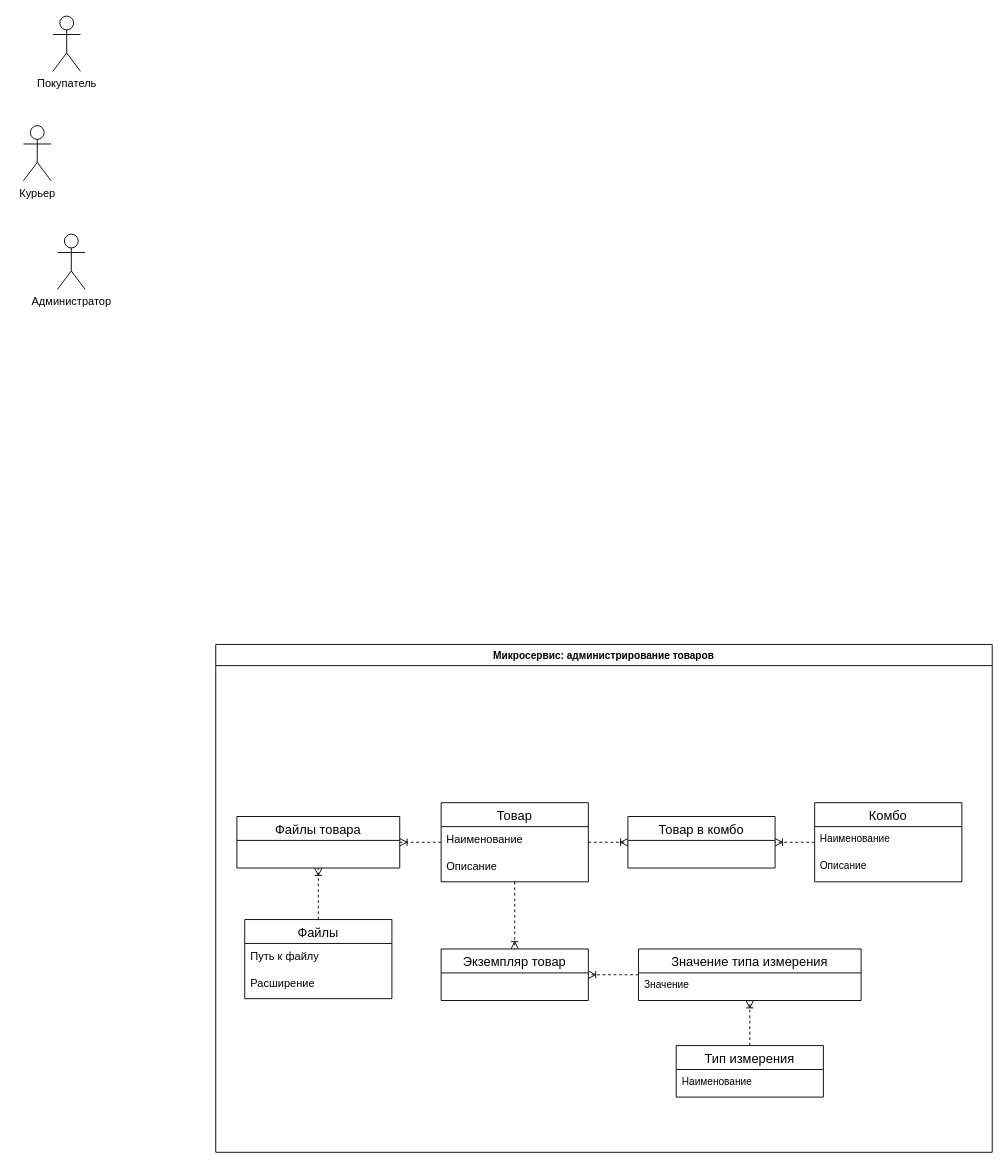
Earlier version of the draw.io diagram Информационно-логическая диаграмма базы данных.drawio (VladZainullin/LiquorStore). Source tidied: cells renumbered, new cells numbered last; positions are measured from the earlier drawing's top-left corner, leaving out a move shared by most shapes. Both pictures are drawn from the tidied source at 92%, with x=0, y=0 at pixel (23, 16).
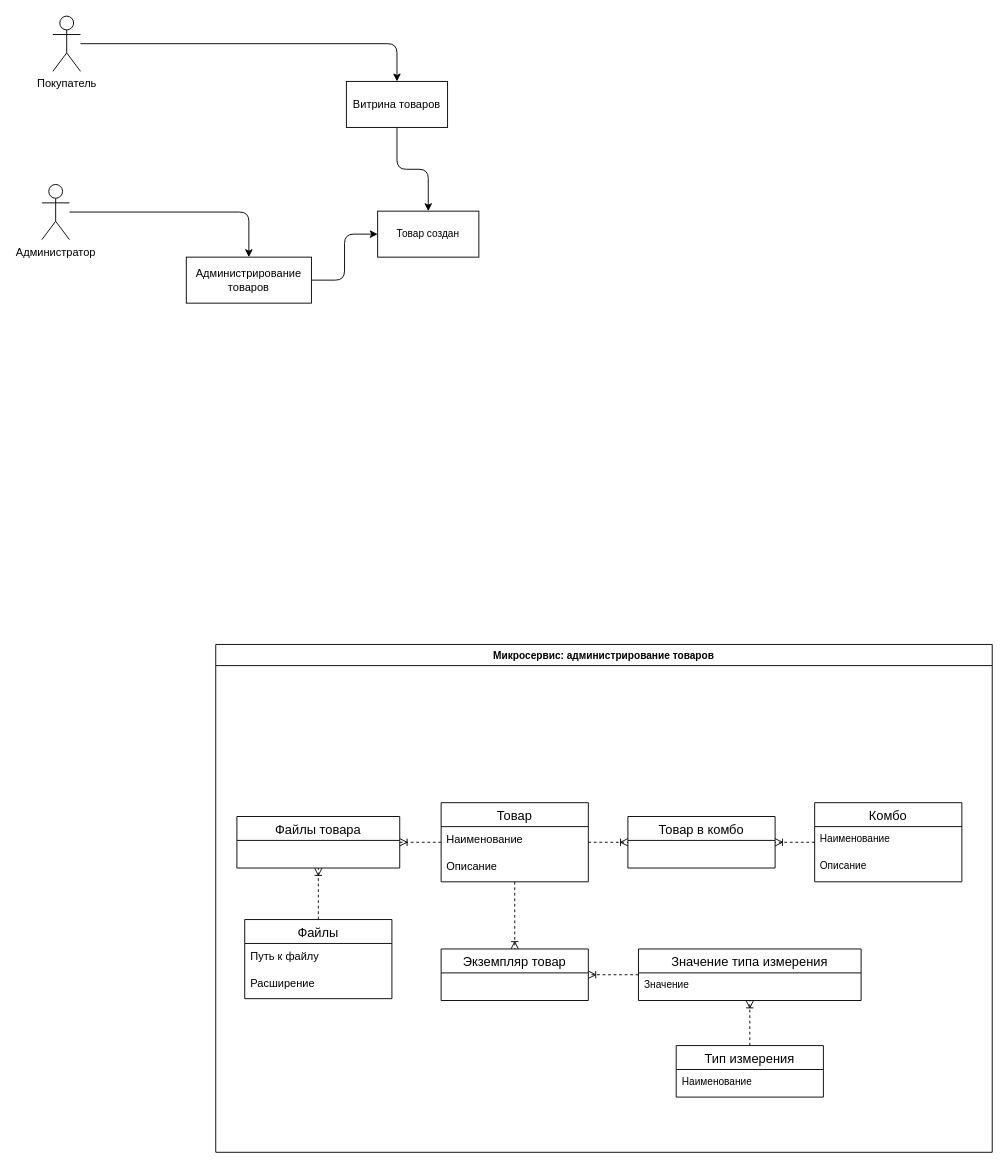
The same page after the edit.

Unchanged cells that the change refers to:
```xml
<mxCell id="26" value="Покупатель" style="shape=umlActor;verticalLabelPosition=bottom;verticalAlign=top;html=1;outlineConnect=0;" parent="1" vertex="1">
  <mxGeometry x="32" width="30" height="60" as="geometry" />
</mxCell>
```

What changed in the source:
```diff
@@
+    <mxCell id="29" style="edgeStyle=orthogonalEdgeStyle;shape=connector;curved=0;rounded=1;jettySize=auto;html=1;strokeColor=default;align=center;verticalAlign=middle;fontFamily=Helvetica;fontSize=11;fontColor=default;labelBackgroundColor=default;endArrow=classic;" parent="1" edge="1" source="26" target="32">
+      <mxGeometry relative="1" as="geometry" />
+    </mxCell>
@@
-    <mxCell id="27" value="Курьер" style="shape=umlActor;verticalLabelPosition=bottom;verticalAlign=top;html=1;" parent="1" vertex="1">
-      <mxGeometry y="119" width="30" height="60" as="geometry" />
-    </mxCell>
+    <mxCell id="30" style="edgeStyle=orthogonalEdgeStyle;rounded=1;jettySize=auto;html=1;curved=0;" parent="1" edge="1" source="28" target="34">
+      <mxGeometry relative="1" as="geometry" />
+    </mxCell>
     <mxCell id="28" value="Администратор" style="shape=umlActor;verticalLabelPosition=bottom;verticalAlign=top;html=1;outlineConnect=0;" parent="1" vertex="1">
-      <mxGeometry x="37" y="237" width="30" height="60" as="geometry" />
+      <mxGeometry x="20" y="183" width="30" height="60" as="geometry" />
     </mxCell>
+    <mxCell id="31" style="edgeStyle=orthogonalEdgeStyle;shape=connector;curved=0;rounded=1;jettySize=auto;html=1;strokeColor=default;align=center;verticalAlign=middle;fontFamily=Helvetica;fontSize=11;fontColor=default;labelBackgroundColor=default;endArrow=classic;" parent="1" edge="1" source="32" target="35">
+      <mxGeometry relative="1" as="geometry" />
+    </mxCell>
+    <mxCell id="32" value="Витрина товаров" style="html=1;whiteSpace=wrap;" parent="1" vertex="1">
+      <mxGeometry x="351" y="71" width="110" height="50" as="geometry" />
+    </mxCell>
+    <mxCell id="33" style="edgeStyle=orthogonalEdgeStyle;shape=connector;curved=0;rounded=1;jettySize=auto;html=1;strokeColor=default;align=center;verticalAlign=middle;fontFamily=Helvetica;fontSize=11;fontColor=default;labelBackgroundColor=default;endArrow=classic;" parent="1" edge="1" source="34" target="35">
+      <mxGeometry relative="1" as="geometry" />
+    </mxCell>
+    <mxCell id="34" value="Администрирование товаров" style="html=1;whiteSpace=wrap;" parent="1" vertex="1">
+      <mxGeometry x="177" y="262" width="136" height="50" as="geometry" />
+    </mxCell>
+    <mxCell id="35" value="Товар создан" style="html=1;whiteSpace=wrap;fontFamily=Helvetica;fontSize=11;fontColor=default;labelBackgroundColor=default;" parent="1" vertex="1">
+      <mxGeometry x="385" y="212" width="110" height="50" as="geometry" />
+    </mxCell>
```
